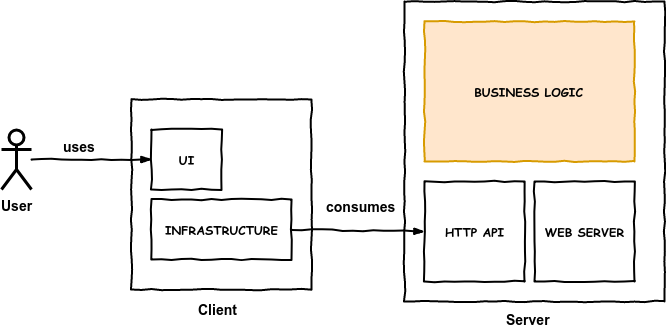
Before: thesis/images/ui-dev.png, a diagram exported from draw.io (joseferben/linked-data-driven-ui). Source tidied: cells renumbered, new cells last; positions are measured from the earlier drawing's top-left corner, leaving out a move shared by most shapes.
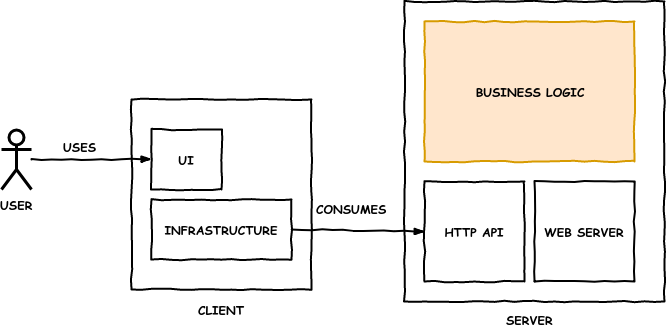
After the change.

Diff of the diagram source:
```diff
@@ -2,7 +2,7 @@
   <root>
     <mxCell id="0" />
     <mxCell id="1" parent="0" />
-    <mxCell id="2" value="&lt;font style=&quot;font-size: 14px&quot;&gt;&lt;b&gt;User&lt;/b&gt;&lt;/font&gt;" style="shape=umlActor;verticalLabelPosition=bottom;labelBackgroundColor=#ffffff;verticalAlign=top;html=1;outlineConnect=0;strokeColor=#000000;strokeWidth=3;" parent="1" vertex="1">
+    <mxCell id="2" value="&lt;font size=&quot;1&quot; face=&quot;Comic Sans MS&quot;&gt;&lt;b style=&quot;font-size: 12px&quot;&gt;USER&lt;/b&gt;&lt;/font&gt;" style="shape=umlActor;verticalLabelPosition=bottom;labelBackgroundColor=#ffffff;verticalAlign=top;html=1;outlineConnect=0;strokeColor=#000000;strokeWidth=3;" parent="1" vertex="1">
       <mxGeometry y="128" width="30" height="60" as="geometry" />
     </mxCell>
     <mxCell id="3" style="html=1;whiteSpace=wrap;comic=1;strokeWidth=2;fontFamily=Comic Sans MS;fontStyle=1;" parent="1" vertex="1">
@@ -17,16 +17,16 @@
     <mxCell id="6" style="rounded=0;comic=1;strokeWidth=2;endArrow=blockThin;html=1;fontFamily=Comic Sans MS;fontStyle=1;entryX=0;entryY=0.5;entryDx=0;entryDy=0;" parent="1" edge="1" source="2" target="4">
       <mxGeometry relative="1" as="geometry" />
     </mxCell>
-    <mxCell id="7" value="&lt;font style=&quot;font-size: 14px&quot;&gt;&lt;b&gt;uses&lt;/b&gt;&lt;/font&gt;" style="text;html=1;align=left;verticalAlign=top;spacingTop=-4;" parent="1" vertex="1">
+    <mxCell id="7" value="&lt;font size=&quot;1&quot; face=&quot;Comic Sans MS&quot;&gt;&lt;b style=&quot;font-size: 12px&quot;&gt;USES&lt;/b&gt;&lt;/font&gt;" style="text;html=1;align=left;verticalAlign=top;spacingTop=-4;" parent="1" vertex="1">
       <mxGeometry x="60" y="135" width="50" height="20" as="geometry" />
     </mxCell>
     <mxCell id="8" style="html=1;whiteSpace=wrap;comic=1;strokeWidth=2;fontFamily=Comic Sans MS;fontStyle=1;" parent="1" vertex="1">
       <mxGeometry x="403" width="260" height="300" as="geometry" />
     </mxCell>
-    <mxCell id="9" value="&lt;font style=&quot;font-size: 14px&quot;&gt;&lt;b&gt;Client&lt;/b&gt;&lt;/font&gt;" style="text;html=1;align=left;verticalAlign=top;spacingTop=-4;" parent="1" vertex="1">
-      <mxGeometry x="195" y="298" width="50" height="20" as="geometry" />
+    <mxCell id="9" value="&lt;font size=&quot;1&quot; face=&quot;Comic Sans MS&quot;&gt;&lt;b style=&quot;font-size: 12px&quot;&gt;CLIENT&lt;/b&gt;&lt;/font&gt;" style="text;html=1;align=left;verticalAlign=top;spacingTop=-4;" parent="1" vertex="1">
+      <mxGeometry x="195" y="298" width="60" height="20" as="geometry" />
     </mxCell>
-    <mxCell id="10" value="&lt;font style=&quot;font-size: 14px&quot;&gt;&lt;b&gt;Server&lt;/b&gt;&lt;/font&gt;" style="text;html=1;align=left;verticalAlign=top;spacingTop=-4;" parent="1" vertex="1">
+    <mxCell id="10" value="&lt;font size=&quot;1&quot; face=&quot;Comic Sans MS&quot;&gt;&lt;b style=&quot;font-size: 12px&quot;&gt;SERVER&lt;/b&gt;&lt;/font&gt;" style="text;html=1;align=left;verticalAlign=top;spacingTop=-4;" parent="1" vertex="1">
       <mxGeometry x="503" y="308" width="60" height="20" as="geometry" />
     </mxCell>
     <mxCell id="11" value="BUSINESS LOGIC" style="html=1;whiteSpace=wrap;comic=1;strokeWidth=2;fontFamily=Comic Sans MS;fontStyle=1;fillColor=#ffe6cc;strokeColor=#d79b00;" parent="1" vertex="1">
@@ -38,8 +38,8 @@
     <mxCell id="13" style="rounded=0;comic=1;strokeWidth=2;endArrow=blockThin;html=1;fontFamily=Comic Sans MS;fontStyle=1;entryX=0;entryY=0.5;entryDx=0;entryDy=0;exitX=1;exitY=0.5;exitDx=0;exitDy=0;" parent="1" edge="1" source="5" target="12">
       <mxGeometry relative="1" as="geometry" />
     </mxCell>
-    <mxCell id="14" value="&lt;b&gt;&lt;font style=&quot;font-size: 14px&quot;&gt;consumes&lt;br&gt;&lt;br&gt;&lt;/font&gt;&lt;/b&gt;" style="text;html=1;align=left;verticalAlign=top;spacingTop=-4;" parent="1" vertex="1">
-      <mxGeometry x="323" y="195" width="80" height="30" as="geometry" />
+    <mxCell id="14" value="&lt;b&gt;&lt;font&gt;&lt;font style=&quot;font-size: 12px&quot; face=&quot;Comic Sans MS&quot;&gt;CONSUMES&lt;/font&gt;&lt;br&gt;&lt;/font&gt;&lt;/b&gt;" style="text;html=1;align=left;verticalAlign=top;spacingTop=-4;" parent="1" vertex="1">
+      <mxGeometry x="313" y="198" width="90" height="20" as="geometry" />
     </mxCell>
     <mxCell id="15" value="WEB SERVER" style="html=1;whiteSpace=wrap;comic=1;strokeWidth=2;fontFamily=Comic Sans MS;fontStyle=1;" parent="1" vertex="1">
       <mxGeometry x="533" y="180" width="100" height="100" as="geometry" />
```
